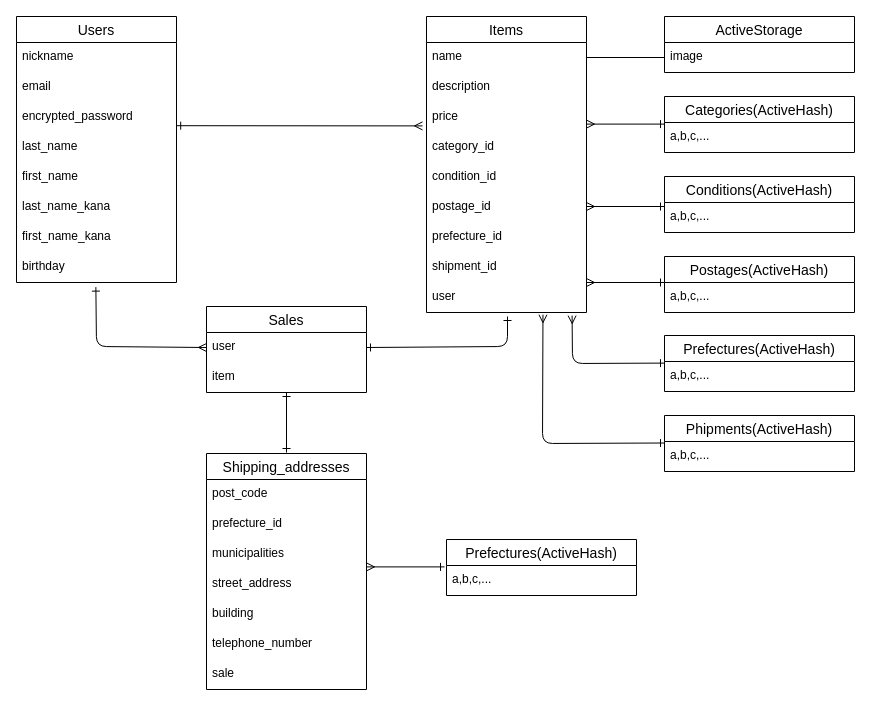
Before: furima.dio in fuuuuumin/furima-39421, a draw.io diagram. Source tidied: cells renumbered, new cells numbered last; positions are measured from the earlier drawing's top-left corner, leaving out a move shared by most shapes. Both pictures are drawn from the tidied source at 100%, with x=0, y=0 at pixel (16, 16).
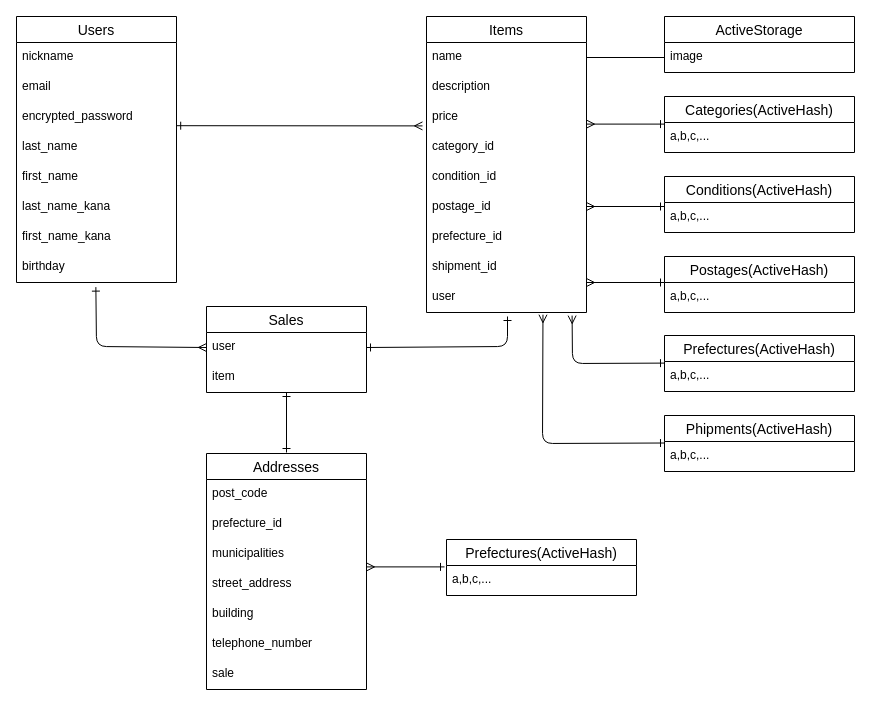
Above is the later version.

Commit message (it also covers changes not shown here):
テーブル名の変更

Diff of the diagram source:
```diff
@@
-    <mxCell id="30" value="Shipping_addresses" style="swimlane;fontStyle=0;horizontal=1;startSize=26;align=center;fontSize=14;" parent="1" vertex="1">
+    <mxCell id="30" value="Addresses" style="swimlane;fontStyle=0;horizontal=1;startSize=26;align=center;fontSize=14;" parent="1" vertex="1">
       <mxGeometry x="190" y="437" width="160" height="236" as="geometry" />
     </mxCell>
```
